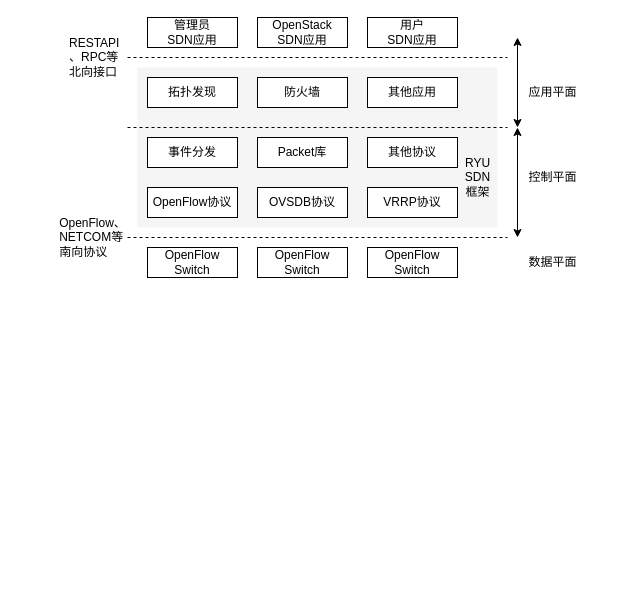
Earlier version of the draw.io diagram RYUsturct.drawio (caopeirui/app.diagrams.net). Source tidied: cells renumbered, new cells numbered last; positions are measured from the earlier drawing's top-left corner, leaving out a move shared by most shapes. Both pictures are drawn from the tidied source at 100%, with x=0, y=0 at pixel (47, 17).
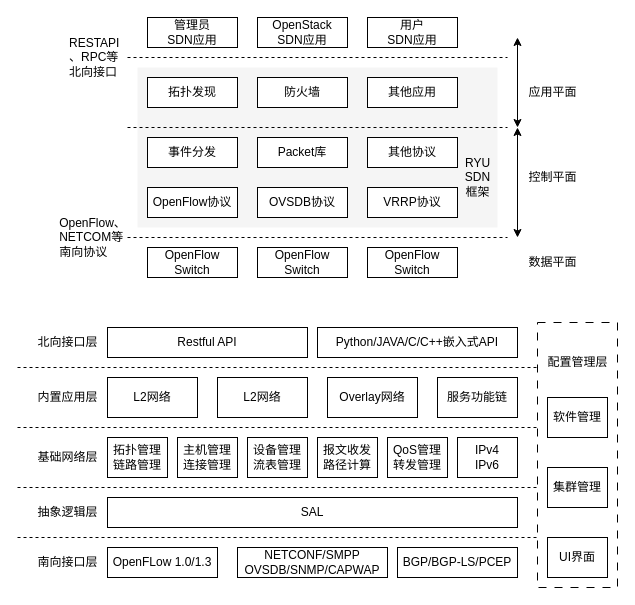
The same diagram, later.

Commit message (it also covers changes not shown here):
update SDN graph

Change to the diagram source:
```diff
@@
+    <mxCell id="29" value="OpenFLow 1.0/1.3" style="rounded=0;whiteSpace=wrap;html=1;" parent="1" vertex="1">
+      <mxGeometry x="60" y="530" width="110" height="30" as="geometry" />
+    </mxCell>
+    <mxCell id="30" style="endArrow=none;dashed=1;html=1;rounded=0;" parent="1" edge="1">
+      <mxGeometry relative="1" as="geometry">
+        <mxPoint x="-30" y="520" as="sourcePoint" />
+        <mxPoint x="490" y="520" as="targetPoint" />
+      </mxGeometry>
+    </mxCell>
+    <mxCell id="31" value="NETCONF/SMPP&lt;br&gt;OVSDB/SNMP/CAPWAP" style="rounded=0;whiteSpace=wrap;html=1;" parent="1" vertex="1">
+      <mxGeometry x="190" y="530" width="150" height="30" as="geometry" />
+    </mxCell>
+    <mxCell id="32" value="BGP/BGP-LS/PCEP" style="rounded=0;whiteSpace=wrap;html=1;" parent="1" vertex="1">
+      <mxGeometry x="350" y="530" width="120" height="30" as="geometry" />
+    </mxCell>
+    <mxCell id="33" value="&lt;div style=&quot;text-align: left;&quot;&gt;南向接口层&lt;/div&gt;" style="text;html=1;align=center;verticalAlign=middle;strokeColor=none;fillColor=none;" parent="1" vertex="1">
+      <mxGeometry x="-20" y="530" width="80" height="30" as="geometry" />
+    </mxCell>
+    <mxCell id="34" value="SAL" style="rounded=0;whiteSpace=wrap;html=1;" parent="1" vertex="1">
+      <mxGeometry x="60" y="480" width="410" height="30" as="geometry" />
+    </mxCell>
+    <mxCell id="35" style="endArrow=none;dashed=1;html=1;rounded=0;" parent="1" edge="1">
+      <mxGeometry relative="1" as="geometry">
+        <mxPoint x="-30" y="470" as="sourcePoint" />
+        <mxPoint x="490" y="470" as="targetPoint" />
+      </mxGeometry>
+    </mxCell>
+    <mxCell id="36" value="&lt;div style=&quot;text-align: left;&quot;&gt;抽象逻辑层&lt;/div&gt;" style="text;html=1;align=center;verticalAlign=middle;strokeColor=none;fillColor=none;" parent="1" vertex="1">
+      <mxGeometry x="-20" y="480" width="80" height="30" as="geometry" />
+    </mxCell>
+    <mxCell id="37" value="拓扑管理&lt;br&gt;链路管理" style="rounded=0;whiteSpace=wrap;html=1;" parent="1" vertex="1">
+      <mxGeometry x="60" y="420" width="60" height="40" as="geometry" />
+    </mxCell>
+    <mxCell id="38" value="主机管理&lt;br&gt;连接管理" style="rounded=0;whiteSpace=wrap;html=1;" parent="1" vertex="1">
+      <mxGeometry x="130" y="420" width="60" height="40" as="geometry" />
+    </mxCell>
+    <mxCell id="39" value="设备管理&lt;br&gt;流表管理" style="rounded=0;whiteSpace=wrap;html=1;" parent="1" vertex="1">
+      <mxGeometry x="200" y="420" width="60" height="40" as="geometry" />
+    </mxCell>
+    <mxCell id="40" value="报文收发&lt;br&gt;路径计算" style="rounded=0;whiteSpace=wrap;html=1;" parent="1" vertex="1">
+      <mxGeometry x="270" y="420" width="60" height="40" as="geometry" />
+    </mxCell>
+    <mxCell id="41" value="QoS管理&lt;br&gt;转发管理" style="rounded=0;whiteSpace=wrap;html=1;" parent="1" vertex="1">
+      <mxGeometry x="340" y="420" width="60" height="40" as="geometry" />
+    </mxCell>
+    <mxCell id="42" value="IPv4&lt;br&gt;IPv6" style="rounded=0;whiteSpace=wrap;html=1;" parent="1" vertex="1">
+      <mxGeometry x="410" y="420" width="60" height="40" as="geometry" />
+    </mxCell>
+    <mxCell id="43" style="endArrow=none;dashed=1;html=1;rounded=0;" parent="1" edge="1">
+      <mxGeometry relative="1" as="geometry">
+        <mxPoint x="-30" y="410" as="sourcePoint" />
+        <mxPoint x="490" y="410" as="targetPoint" />
+      </mxGeometry>
+    </mxCell>
+    <mxCell id="44" value="&lt;div style=&quot;text-align: left;&quot;&gt;基础网络层&lt;/div&gt;" style="text;html=1;align=center;verticalAlign=middle;strokeColor=none;fillColor=none;" parent="1" vertex="1">
+      <mxGeometry x="-20" y="425" width="80" height="30" as="geometry" />
+    </mxCell>
+    <mxCell id="45" style="endArrow=none;dashed=1;html=1;rounded=0;" parent="1" edge="1">
+      <mxGeometry relative="1" as="geometry">
+        <mxPoint x="-30" y="350" as="sourcePoint" />
+        <mxPoint x="490" y="350" as="targetPoint" />
+      </mxGeometry>
+    </mxCell>
+    <mxCell id="46" value="&lt;div style=&quot;text-align: left;&quot;&gt;内置应用层&lt;/div&gt;" style="text;html=1;align=center;verticalAlign=middle;strokeColor=none;fillColor=none;" parent="1" vertex="1">
+      <mxGeometry x="-20" y="365" width="80" height="30" as="geometry" />
+    </mxCell>
+    <mxCell id="47" value="L2网络" style="rounded=0;whiteSpace=wrap;html=1;" parent="1" vertex="1">
+      <mxGeometry x="60" y="360" width="90" height="40" as="geometry" />
+    </mxCell>
+    <mxCell id="48" value="服务功能链" style="rounded=0;whiteSpace=wrap;html=1;" parent="1" vertex="1">
+      <mxGeometry x="390" y="360" width="80" height="40" as="geometry" />
+    </mxCell>
+    <mxCell id="49" value="Overlay网络" style="rounded=0;whiteSpace=wrap;html=1;" parent="1" vertex="1">
+      <mxGeometry x="280" y="360" width="90" height="40" as="geometry" />
+    </mxCell>
+    <mxCell id="50" value="L2网络" style="rounded=0;whiteSpace=wrap;html=1;" parent="1" vertex="1">
+      <mxGeometry x="170" y="360" width="90" height="40" as="geometry" />
+    </mxCell>
+    <mxCell id="51" value="Restful API" style="rounded=0;whiteSpace=wrap;html=1;" parent="1" vertex="1">
+      <mxGeometry x="60" y="310" width="200" height="30" as="geometry" />
+    </mxCell>
+    <mxCell id="52" value="&lt;div style=&quot;text-align: left;&quot;&gt;北向接口层&lt;/div&gt;" style="text;html=1;align=center;verticalAlign=middle;strokeColor=none;fillColor=none;" parent="1" vertex="1">
+      <mxGeometry x="-20" y="310" width="80" height="30" as="geometry" />
+    </mxCell>
+    <mxCell id="53" value="&lt;div style=&quot;text-align: left;&quot;&gt;配置管理层&lt;/div&gt;" style="text;html=1;align=center;verticalAlign=middle;strokeColor=none;fillColor=none;" parent="1" vertex="1">
+      <mxGeometry x="490" y="330" width="80" height="30" as="geometry" />
+    </mxCell>
+    <mxCell id="54" value="软件管理" style="rounded=0;whiteSpace=wrap;html=1;" parent="1" vertex="1">
+      <mxGeometry x="500" y="380" width="60" height="40" as="geometry" />
+    </mxCell>
+    <mxCell id="55" value="集群管理" style="rounded=0;whiteSpace=wrap;html=1;" parent="1" vertex="1">
+      <mxGeometry x="500" y="450" width="60" height="40" as="geometry" />
+    </mxCell>
+    <mxCell id="56" value="UI界面" style="rounded=0;whiteSpace=wrap;html=1;" parent="1" vertex="1">
+      <mxGeometry x="500" y="520" width="60" height="40" as="geometry" />
+    </mxCell>
+    <mxCell id="57" style="rounded=0;whiteSpace=wrap;html=1;fillColor=none;dashed=1;dashPattern=8 8;" parent="1" vertex="1">
+      <mxGeometry x="490" y="305" width="80" height="265" as="geometry" />
+    </mxCell>
+    <mxCell id="58" value="Python/JAVA/C/C++嵌入式API" style="rounded=0;whiteSpace=wrap;html=1;" parent="1" vertex="1">
+      <mxGeometry x="270" y="310" width="200" height="30" as="geometry" />
+    </mxCell>
```
